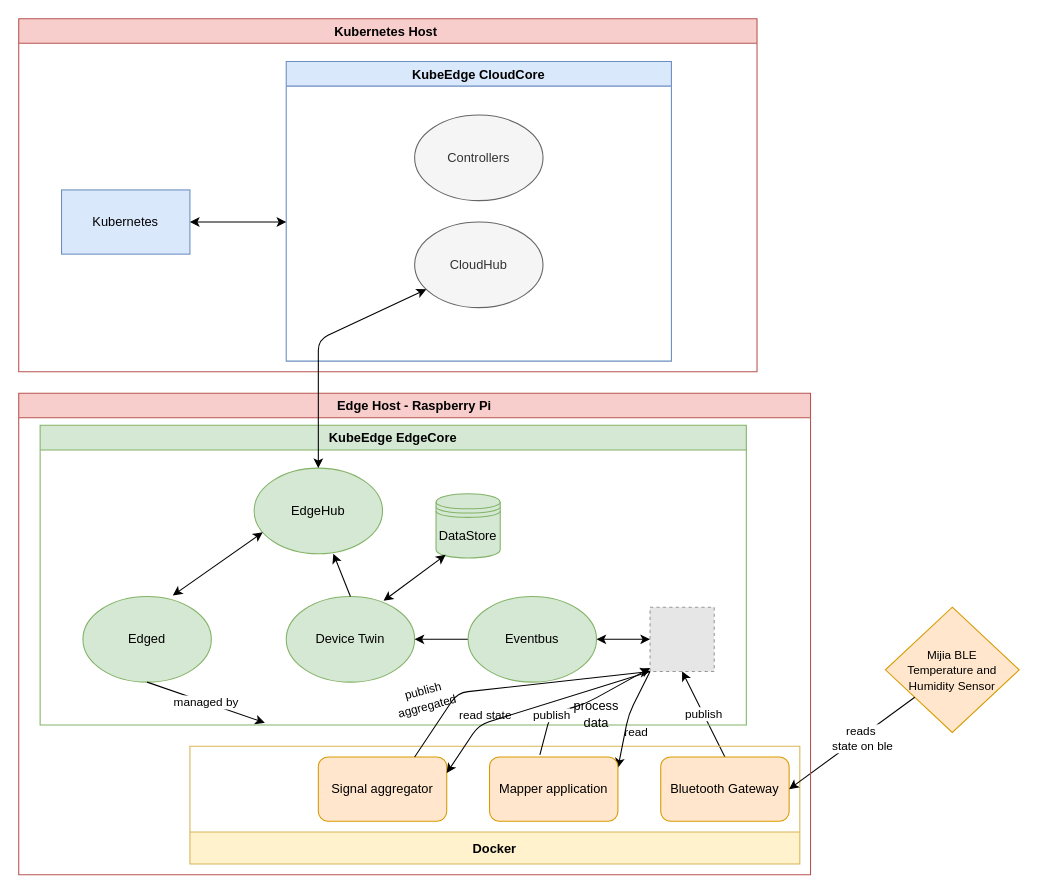
Above: function-level_model.drawio in hzozo/kubeedge_thesis_demo (draw.io), before the change. Source tidied: cells renumbered, new cells numbered last; positions are measured from the earlier drawing's top-left corner, leaving out a move shared by most shapes. Both pictures are drawn from the tidied source at 107%, with x=0, y=0 at pixel (18, 18). Pictures stored in the file or linked from it are replaced by grey dashed boxes.
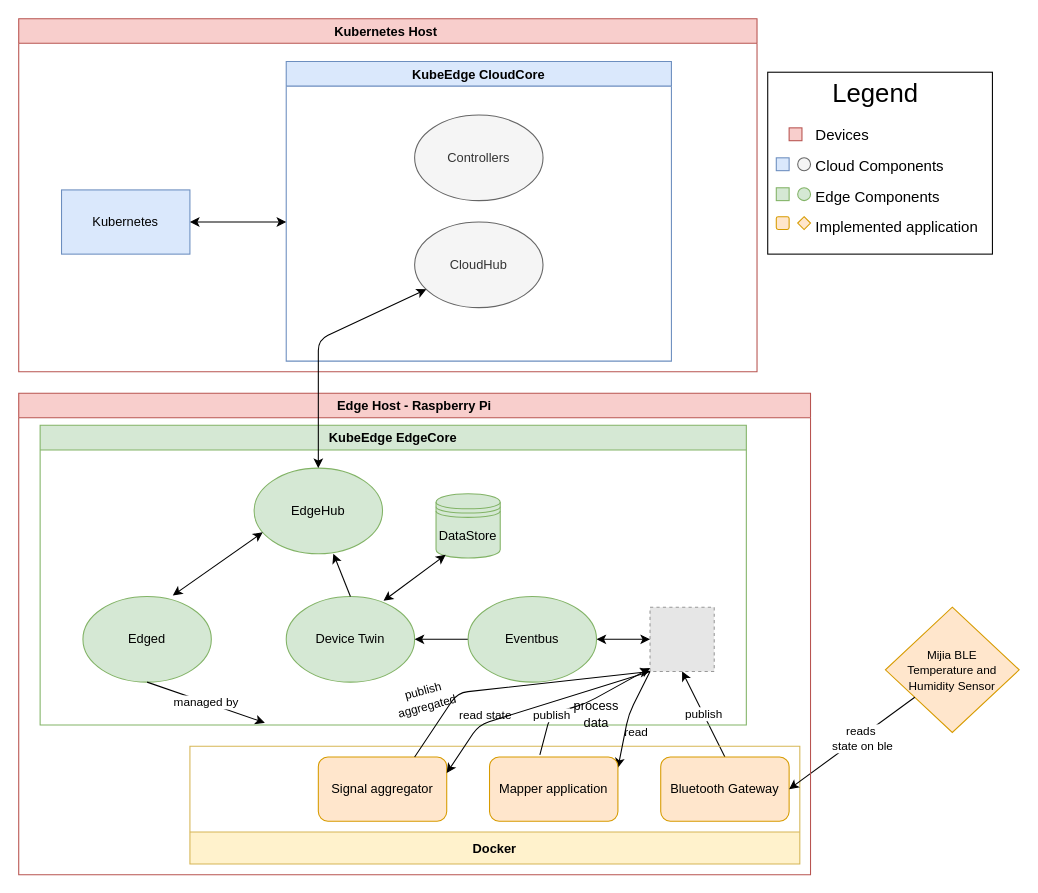
After the change.

Commit message (it also covers changes not shown here):
Updating function level model w/ legend

The edit, as a diff of the source:
```diff
@@
+    <mxCell id="42" value="&lt;h1 style=&quot;text-align: center&quot;&gt;&lt;span style=&quot;font-weight: normal&quot;&gt;Legend&lt;/span&gt;&lt;/h1&gt;&lt;blockquote style=&quot;margin: 0 0 0 40px ; border: none ; padding: 0px&quot;&gt;&lt;p&gt;&lt;font style=&quot;font-size: 14px&quot;&gt;Devices&lt;/font&gt;&lt;/p&gt;&lt;p&gt;&lt;font style=&quot;font-size: 14px&quot;&gt;Cloud Components&lt;/font&gt;&lt;/p&gt;&lt;p&gt;&lt;font style=&quot;font-size: 14px&quot;&gt;Edge Components&lt;/font&gt;&lt;/p&gt;&lt;p&gt;&lt;span style=&quot;font-size: 14px&quot;&gt;Implemented application&lt;/span&gt;&lt;/p&gt;&lt;p&gt;&lt;br&gt;&lt;/p&gt;&lt;/blockquote&gt;" style="text;html=1;strokeColor=default;fillColor=none;spacing=5;spacingTop=-20;whiteSpace=wrap;overflow=hidden;rounded=0;" parent="1" vertex="1">
+      <mxGeometry x="700" y="50" width="210" height="170" as="geometry" />
+    </mxCell>
+    <mxCell id="43" style="rounded=0;whiteSpace=wrap;html=1;fontSize=14;fillColor=#f8cecc;strokeColor=#b85450;" parent="1" vertex="1">
+      <mxGeometry x="720" y="102" width="12" height="12" as="geometry" />
+    </mxCell>
+    <mxCell id="44" style="rounded=0;whiteSpace=wrap;html=1;fontSize=14;fillColor=#dae8fc;strokeColor=#6c8ebf;" parent="1" vertex="1">
+      <mxGeometry x="708" y="130" width="12" height="12" as="geometry" />
+    </mxCell>
+    <mxCell id="45" style="ellipse;whiteSpace=wrap;html=1;fontSize=14;strokeColor=#666666;fillColor=#f5f5f5;fontColor=#333333;" parent="1" vertex="1">
+      <mxGeometry x="728" y="130" width="12" height="12" as="geometry" />
+    </mxCell>
+    <mxCell id="46" style="rounded=0;whiteSpace=wrap;html=1;fontSize=14;fillColor=#d5e8d4;strokeColor=#82b366;" parent="1" vertex="1">
+      <mxGeometry x="708" y="158" width="12" height="12" as="geometry" />
+    </mxCell>
+    <mxCell id="47" style="ellipse;whiteSpace=wrap;html=1;fontSize=14;strokeColor=#82b366;fillColor=#d5e8d4;" parent="1" vertex="1">
+      <mxGeometry x="728" y="158" width="12" height="12" as="geometry" />
+    </mxCell>
+    <mxCell id="48" style="rounded=1;whiteSpace=wrap;html=1;fontSize=14;fillColor=#ffe6cc;strokeColor=#d79b00;" parent="1" vertex="1">
+      <mxGeometry x="708" y="185" width="12" height="12" as="geometry" />
+    </mxCell>
+    <mxCell id="49" style="rhombus;whiteSpace=wrap;html=1;fontSize=14;strokeColor=#d79b00;fillColor=#ffe6cc;" parent="1" vertex="1">
+      <mxGeometry x="728" y="185" width="12" height="12" as="geometry" />
+    </mxCell>
```
